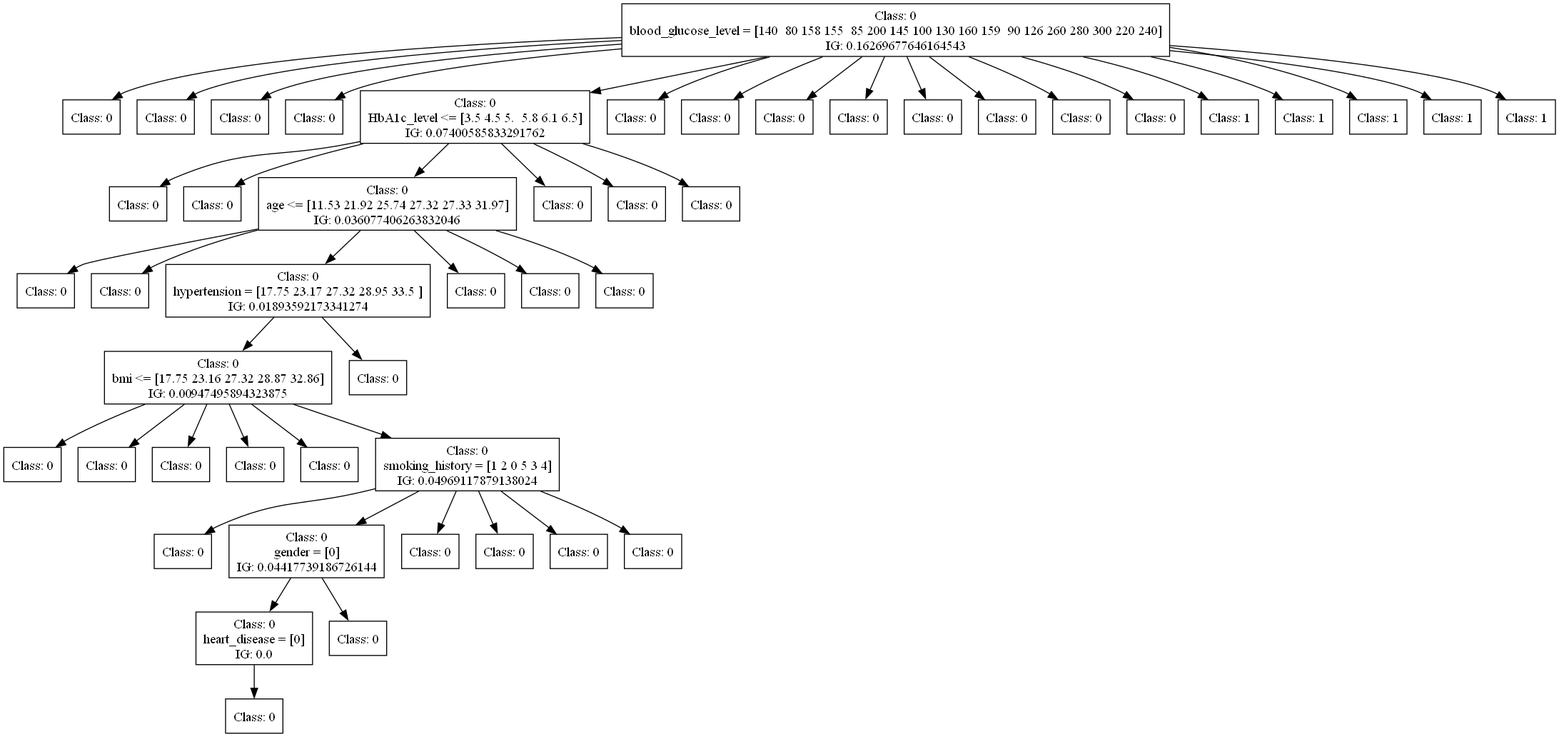
Above: dot_figs/tree-id3-diabetes.png in FedericoBruzzone/anti-money-laundering (Graphviz), before the change. Its source is kept beside it as dot_figs/tree-id3-diabetes.dot.
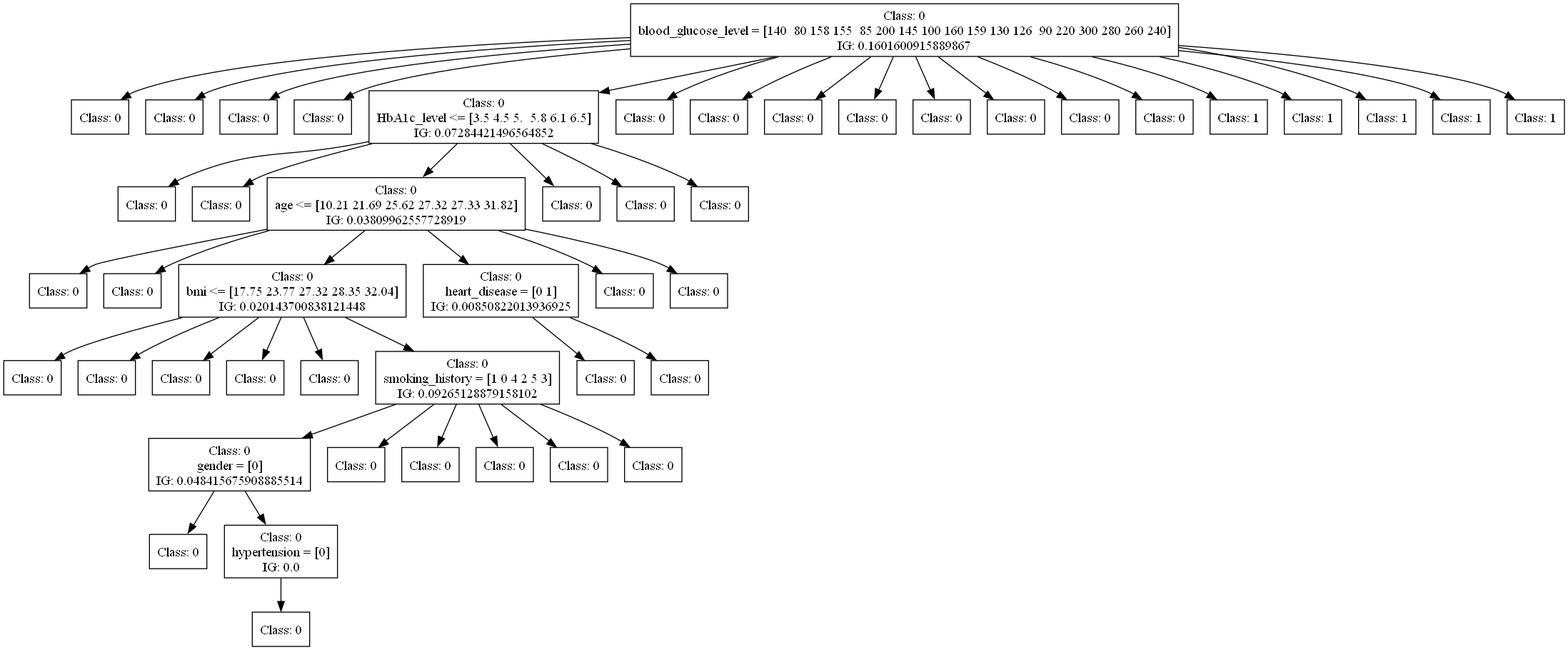
The same diagram one commit later.

The edit, as a diff of the source:
```diff
@@ -1,155 +1,155 @@
 digraph DecisionTree {
 	rankdir=TD;
 	node [shape=box];
-	1902116242240 [label="Class: 0
-blood_glucose_level = [140  80 158 155  85 200 145 100 130 160 159  90 126 260 280 300 220 240]
-IG: 0.16269677646164543"];
-	1902402465472 [label="Class: 0
+	2639426461536 [label="Class: 0
+blood_glucose_level = [140  80 158 155  85 200 145 100 160 159 130 126  90 220 300 280 260 240]
+IG: 0.1601600915889867"];
+	2639455767952 [label="Class: 0
 "];
-	1902116242240 -> 1902402465472;
-	1902402465328 [label="Class: 0
+	2639426461536 -> 2639455767952;
+	2639455765072 [label="Class: 0
 "];
-	1902116242240 -> 1902402465328;
-	1902402458464 [label="Class: 0
+	2639426461536 -> 2639455765072;
+	2639455766992 [label="Class: 0
 "];
-	1902116242240 -> 1902402458464;
-	1902402459616 [label="Class: 0
+	2639426461536 -> 2639455766992;
+	2639455768432 [label="Class: 0
 "];
-	1902116242240 -> 1902402459616;
-	1902402464704 [label="Class: 0
+	2639426461536 -> 2639455768432;
+	2639455769152 [label="Class: 0
 HbA1c_level <= [3.5 4.5 5.  5.8 6.1 6.5]
-IG: 0.07400585833291762"];
-	1902116242240 -> 1902402464704;
-	1902432781024 [label="Class: 0
+IG: 0.07284421496564852"];
+	2639426461536 -> 2639455769152;
+	2639455769344 [label="Class: 0
 "];
-	1902402464704 -> 1902432781024;
-	1902432784672 [label="Class: 0
+	2639455769152 -> 2639455769344;
+	2639455767664 [label="Class: 0
 "];
-	1902402464704 -> 1902432784672;
-	1902432785680 [label="Class: 0
-age <= [11.53 21.92 25.74 27.32 27.33 31.97]
-IG: 0.036077406263832046"];
-	1902402464704 -> 1902432785680;
-	1902432791392 [label="Class: 0
+	2639455769152 -> 2639455767664;
+	2639455765648 [label="Class: 0
+age <= [10.21 21.69 25.62 27.32 27.33 31.82]
+IG: 0.03809962557728919"];
+	2639455769152 -> 2639455765648;
+	2639455771024 [label="Class: 0
 "];
-	1902432785680 -> 1902432791392;
-	1902432790432 [label="Class: 0
+	2639455765648 -> 2639455771024;
+	2639455768000 [label="Class: 0
 "];
-	1902432785680 -> 1902432790432;
-	1902432791824 [label="Class: 0
-hypertension = [17.75 23.17 27.32 28.95 33.5 ]
-IG: 0.01893592173341274"];
-	1902432785680 -> 1902432791824;
-	1902432788608 [label="Class: 0
-bmi <= [17.75 23.16 27.32 28.87 32.86]
-IG: 0.00947495894323875"];
-	1902432791824 -> 1902432788608;
-	1902433110048 [label="Class: 0
+	2639455765648 -> 2639455768000;
+	2639455770784 [label="Class: 0
+bmi <= [17.75 23.77 27.32 28.35 32.04]
+IG: 0.020143700838121448"];
+	2639455765648 -> 2639455770784;
+	2639455769968 [label="Class: 0
 "];
-	1902432788608 -> 1902433110048;
-	1902433111152 [label="Class: 0
+	2639455770784 -> 2639455769968;
+	2639455765504 [label="Class: 0
 "];
-	1902432788608 -> 1902433111152;
-	1902433110096 [label="Class: 0
+	2639455770784 -> 2639455765504;
+	2639455770592 [label="Class: 0
 "];
-	1902432788608 -> 1902433110096;
-	1902433109808 [label="Class: 0
+	2639455770784 -> 2639455770592;
+	2639455766608 [label="Class: 0
 "];
-	1902432788608 -> 1902433109808;
-	1902433108752 [label="Class: 0
+	2639455770784 -> 2639455766608;
+	2639455772032 [label="Class: 0
 "];
-	1902432788608 -> 1902433108752;
-	1902433110816 [label="Class: 0
-smoking_history = [1 2 0 5 3 4]
-IG: 0.04969117879138024"];
-	1902432788608 -> 1902433110816;
-	1902433114416 [label="Class: 0
+	2639455770784 -> 2639455772032;
+	2639455771840 [label="Class: 0
+smoking_history = [1 0 4 2 5 3]
+IG: 0.09265128879158102"];
+	2639455770784 -> 2639455771840;
+	2639455771408 [label="Class: 0
+gender = [0]
+IG: 0.048415675908885514"];
+	2639455771840 -> 2639455771408;
+	2639455771456 [label="Class: 0
 "];
-	1902433110816 -> 1902433114416;
-	1902433114656 [label="Class: 0
-gender = [0]
-IG: 0.04417739186726144"];
-	1902433110816 -> 1902433114656;
-	1902433113984 [label="Class: 0
-heart_disease = [0]
+	2639455771408 -> 2639455771456;
+	2639455771792 [label="Class: 0
+hypertension = [0]
 IG: 0.0"];
-	1902433114656 -> 1902433113984;
-	1902433117248 [label="Class: 0
+	2639455771408 -> 2639455771792;
+	2639455765696 [label="Class: 0
 "];
-	1902433113984 -> 1902433117248;
-	1902433116720 [label="Class: 0
+	2639455771792 -> 2639455765696;
+	2639455773184 [label="Class: 0
 "];
-	1902433114656 -> 1902433116720;
-	1902433113216 [label="Class: 0
+	2639455771840 -> 2639455773184;
+	2639455772560 [label="Class: 0
 "];
-	1902433110816 -> 1902433113216;
-	1902433112832 [label="Class: 0
+	2639455771840 -> 2639455772560;
+	2639455771648 [label="Class: 0
 "];
-	1902433110816 -> 1902433112832;
-	1902433108944 [label="Class: 0
+	2639455771840 -> 2639455771648;
+	2639455772752 [label="Class: 0
 "];
-	1902433110816 -> 1902433108944;
-	1902433114848 [label="Class: 0
+	2639455771840 -> 2639455772752;
+	2639455768288 [label="Class: 0
 "];
-	1902433110816 -> 1902433114848;
-	1902432794128 [label="Class: 0
+	2639455771840 -> 2639455768288;
+	2639455765552 [label="Class: 0
+heart_disease = [0 1]
+IG: 0.00850822013936925"];
+	2639455765648 -> 2639455765552;
+	2639455770736 [label="Class: 0
 "];
-	1902432791824 -> 1902432794128;
-	1902432790144 [label="Class: 0
+	2639455765552 -> 2639455770736;
+	2639455770112 [label="Class: 0
 "];
-	1902432785680 -> 1902432790144;
-	1902432790576 [label="Class: 0
+	2639455765552 -> 2639455770112;
+	2639455768960 [label="Class: 0
 "];
-	1902432785680 -> 1902432790576;
-	1902432790672 [label="Class: 0
+	2639455765648 -> 2639455768960;
+	2639455772128 [label="Class: 0
 "];
-	1902432785680 -> 1902432790672;
-	1902432784624 [label="Class: 0
+	2639455765648 -> 2639455772128;
+	2639455770976 [label="Class: 0
 "];
-	1902402464704 -> 1902432784624;
-	1902432781648 [label="Class: 0
+	2639455769152 -> 2639455770976;
+	2639455768816 [label="Class: 0
 "];
-	1902402464704 -> 1902432781648;
-	1902432783568 [label="Class: 0
+	2639455769152 -> 2639455768816;
+	2639455769440 [label="Class: 0
 "];
-	1902402464704 -> 1902432783568;
-	1902402462976 [label="Class: 0
+	2639455769152 -> 2639455769440;
+	2639455767328 [label="Class: 0
 "];
-	1902116242240 -> 1902402462976;
-	1902402458800 [label="Class: 0
+	2639426461536 -> 2639455767328;
+	2639455769536 [label="Class: 0
 "];
-	1902116242240 -> 1902402458800;
-	1902402465568 [label="Class: 0
+	2639426461536 -> 2639455769536;
+	2639455767040 [label="Class: 0
 "];
-	1902116242240 -> 1902402465568;
-	1902402459088 [label="Class: 0
+	2639426461536 -> 2639455767040;
+	2639455768384 [label="Class: 0
 "];
-	1902116242240 -> 1902402459088;
-	1902402466144 [label="Class: 0
+	2639426461536 -> 2639455768384;
+	2639455769824 [label="Class: 0
 "];
-	1902116242240 -> 1902402466144;
-	1902402466288 [label="Class: 0
+	2639426461536 -> 2639455769824;
+	2639455768672 [label="Class: 0
 "];
-	1902116242240 -> 1902402466288;
-	1902402466432 [label="Class: 0
+	2639426461536 -> 2639455768672;
+	2639455766032 [label="Class: 0
 "];
-	1902116242240 -> 1902402466432;
-	1902402466576 [label="Class: 0
+	2639426461536 -> 2639455766032;
+	2639455769104 [label="Class: 0
 "];
-	1902116242240 -> 1902402466576;
-	1902402466720 [label="Class: 1
+	2639426461536 -> 2639455769104;
+	2639455767232 [label="Class: 1
 "];
-	1902116242240 -> 1902402466720;
-	1902402466864 [label="Class: 1
+	2639426461536 -> 2639455767232;
+	2639455769632 [label="Class: 1
 "];
-	1902116242240 -> 1902402466864;
-	1902402467008 [label="Class: 1
+	2639426461536 -> 2639455769632;
+	2639455767712 [label="Class: 1
 "];
-	1902116242240 -> 1902402467008;
-	1902402467152 [label="Class: 1
+	2639426461536 -> 2639455767712;
+	2639455765216 [label="Class: 1
 "];
-	1902116242240 -> 1902402467152;
-	1902402467296 [label="Class: 1
+	2639426461536 -> 2639455765216;
+	2639455767568 [label="Class: 1
 "];
-	1902116242240 -> 1902402467296;
+	2639426461536 -> 2639455767568;
 }
```
